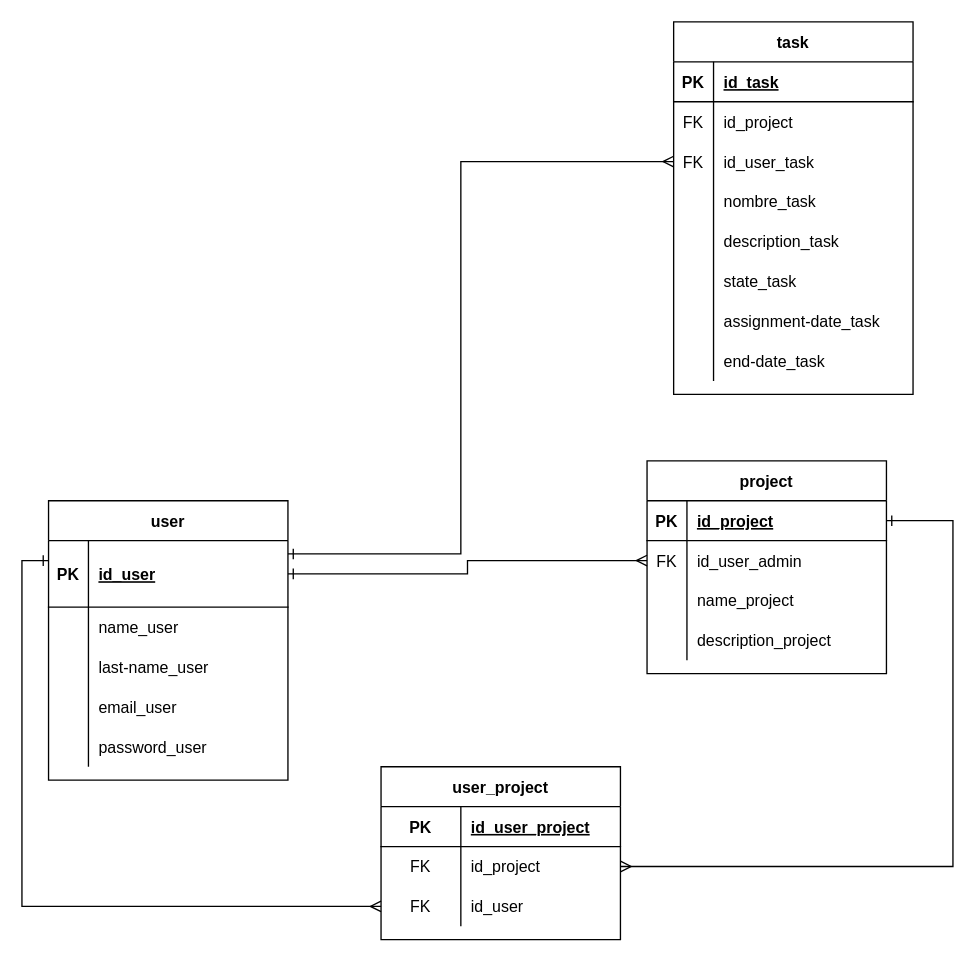
Above: Diagrama entidad relacion.drawio in JohanViancha/GPAGIL-Backend (draw.io), before the change. Source tidied: cells renumbered, new cells numbered last; positions are measured from the earlier drawing's top-left corner, leaving out a move shared by most shapes. Both pictures are drawn from the tidied source at 133%, with x=0, y=0 at pixel (21, 21).
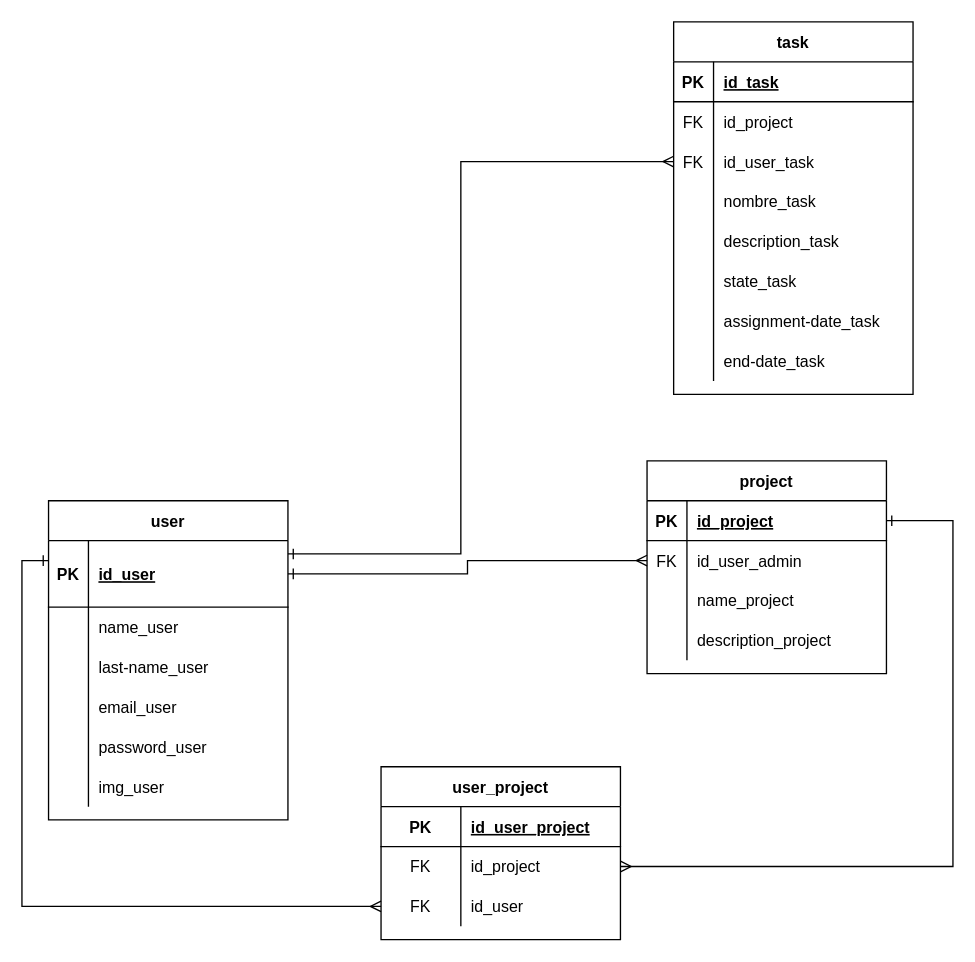
Above is the later version.

What changed in the source:
```diff
@@
     <mxCell id="2" value="user" style="shape=table;startSize=30;childLayout=tableLayout;rowLines=0;fontStyle=1;align=center;" parent="1" vertex="1">
-      <mxGeometry x="20" y="360" width="180" height="210" as="geometry" />
+      <mxGeometry x="20" y="360" width="180" height="240" as="geometry" />
     </mxCell>
@@
+    <mxCell id="70" style="shape=tableRow;horizontal=0;startSize=0;swimlaneHead=0;swimlaneBody=0;fillColor=none;top=0;left=0;right=0;bottom=0;" parent="2" vertex="1">
+      <mxGeometry y="200" width="180" height="30" as="geometry" />
+    </mxCell>
+    <mxCell id="71" style="shape=partialRectangle;fillColor=none;top=0;left=0;bottom=0;right=0;overflow=hidden;" parent="70" vertex="1">
+      <mxGeometry width="30" height="30" as="geometry" />
+    </mxCell>
+    <mxCell id="72" value="img_user" style="shape=partialRectangle;fillColor=none;top=0;left=0;bottom=0;right=0;align=left;spacingLeft=6;overflow=hidden;" parent="70" vertex="1">
+      <mxGeometry x="30" width="150" height="30" as="geometry" />
+    </mxCell>
```
